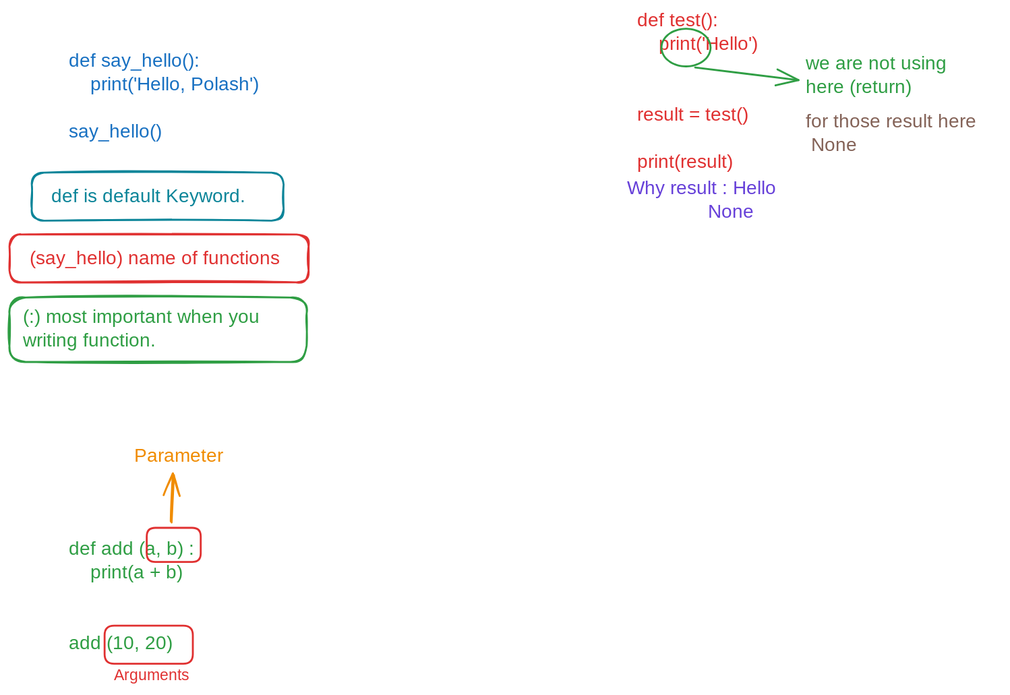
This is coding/functions.excalidraw.svg from Polash-Hemrom/Software_Engineering, a Excalidraw export, as it was before one commit. Source tidied: one line per element, renumbered; positions are measured from the earlier drawing's top-left corner, leaving out a move shared by most shapes.
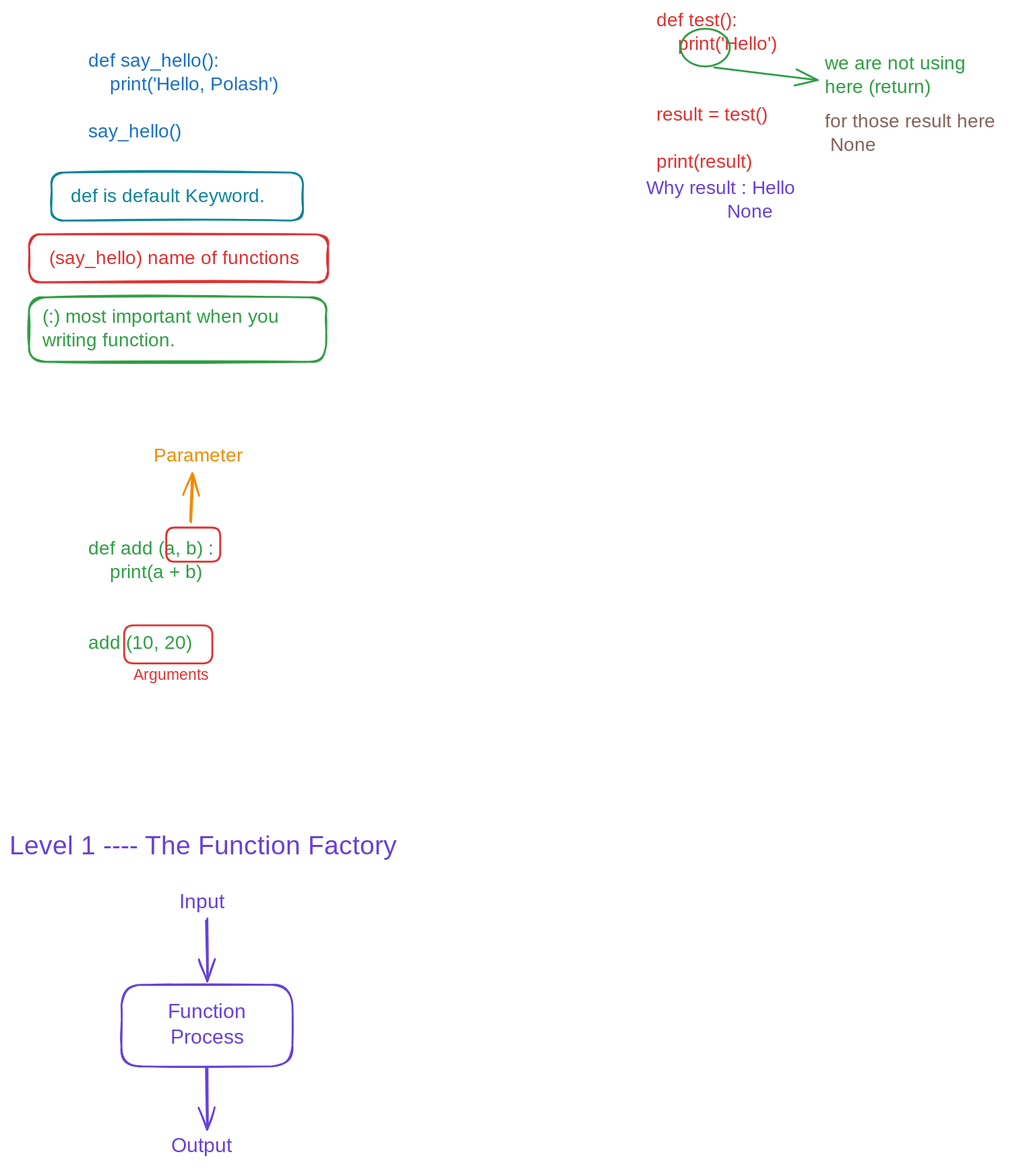
After the change.

Commit message:
Explain Functions

Diff of the diagram source:
```diff
@@ -17,3 +17,10 @@
 {"id": 16, "type": "text", "text": "we are not using\nhere (return)", "strokeColor": "#2f9e44", "strokeWidth": 2, "roughness": 0, "fontSize": 20, "fontFamily": 5, "x": 844, "y": 46, "width": 181, "height": 50}
 {"id": 17, "type": "text", "text": "for those result here\n None", "strokeColor": "#846358", "strokeWidth": 2, "roughness": 0, "fontSize": 20, "fontFamily": 5, "x": 843, "y": 108, "width": 207, "height": 50}
 {"id": 18, "type": "arrow", "strokeColor": "#2f9e44", "strokeWidth": 2, "roughness": 0, "endArrowhead": "arrow", "round": true, "from": 15, "to": 16, "x": 727, "y": 62, "width": 109, "height": 13, "points": [[0, 0], [109, 13]]}
+{"id": 19, "type": "text", "text": "Level 1 ---- The Function Factory", "strokeColor": "#6741d9", "strokeWidth": 2, "roughness": 1, "fontSize": 28, "fontFamily": 5, "x": -21, "y": 871, "width": 458, "height": 35}
+{"id": 20, "type": "rectangle", "strokeColor": "#6741d9", "strokeWidth": 2, "roughness": 1, "round": true, "x": 98, "y": 1034, "width": 181, "height": 87}
+{"id": 21, "type": "text", "text": "Function\nProcess", "strokeColor": "#6741d9", "strokeWidth": 2, "roughness": 1, "fontSize": 21.48, "fontFamily": 5, "textAlign": "center", "verticalAlign": "middle", "inside": 20, "x": 144, "y": 1051, "width": 89, "height": 54}
+{"id": 22, "type": "arrow", "strokeColor": "#6741d9", "strokeWidth": 2, "roughness": 1, "endArrowhead": "arrow", "round": true, "from": 20, "x": 189, "y": 1122, "width": 0, "height": 64, "points": [[0, 0], [0, 64]]}
+{"id": 23, "type": "text", "text": "Output", "strokeColor": "#6741d9", "strokeWidth": 2, "roughness": 1, "fontSize": 21.48, "fontFamily": 5, "x": 151, "y": 1193, "width": 75, "height": 27}
+{"id": 24, "type": "text", "text": "Input", "strokeColor": "#6741d9", "strokeWidth": 2, "roughness": 1, "fontSize": 21.48, "fontFamily": 5, "x": 160, "y": 934, "width": 58, "height": 27}
+{"id": 25, "type": "arrow", "strokeColor": "#6741d9", "strokeWidth": 2, "roughness": 1, "endArrowhead": "arrow", "round": true, "x": 189, "y": 965, "width": 0, "height": 64, "points": [[0, 0], [0, 64]]}
```
